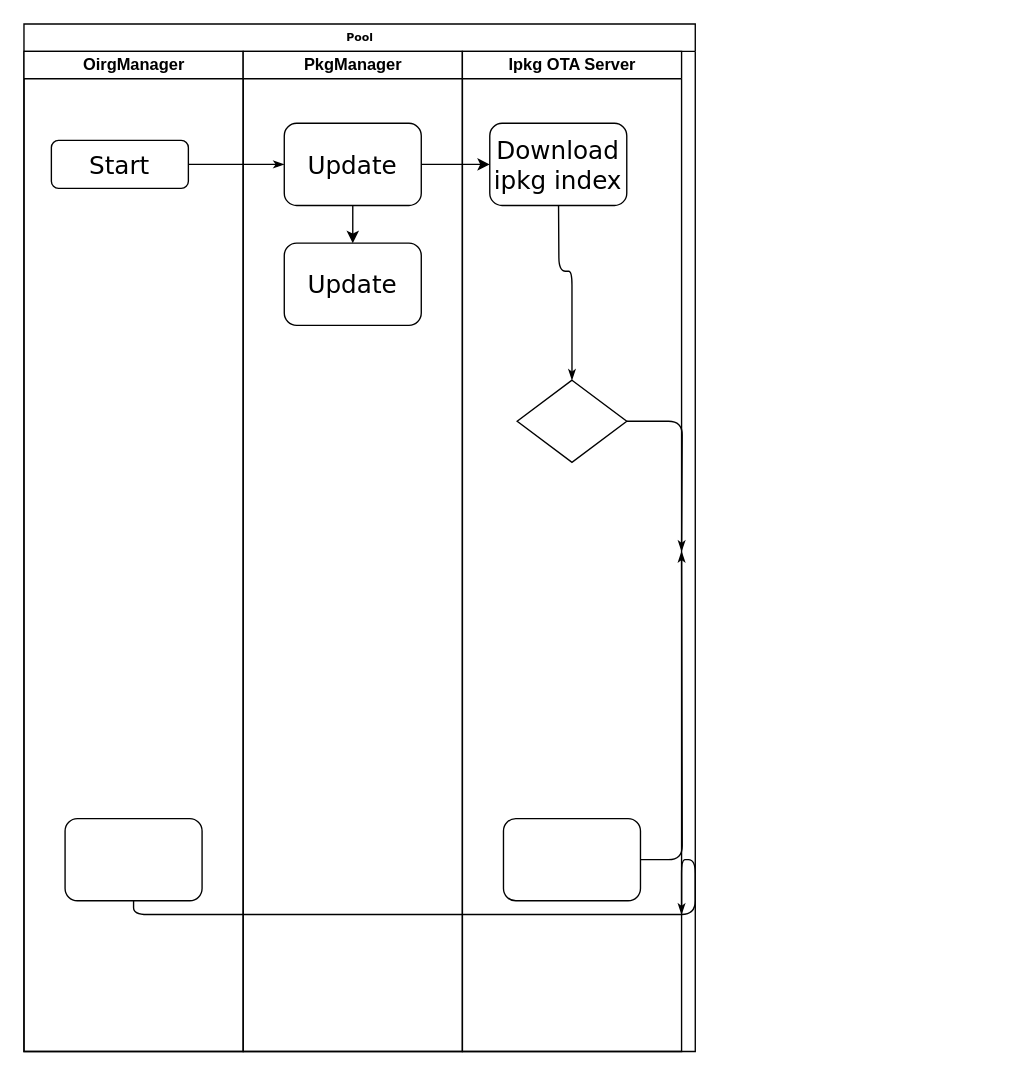
The draw.io diagram 1.drawio in 12li-wei/autosar-adaptive, before the edit. Source tidied: cells renumbered, new cells numbered last; positions are measured from the earlier drawing's top-left corner, leaving out a move shared by most shapes. Both pictures are drawn from the tidied source at 137%, with x=0, y=0 at pixel (23, 23).
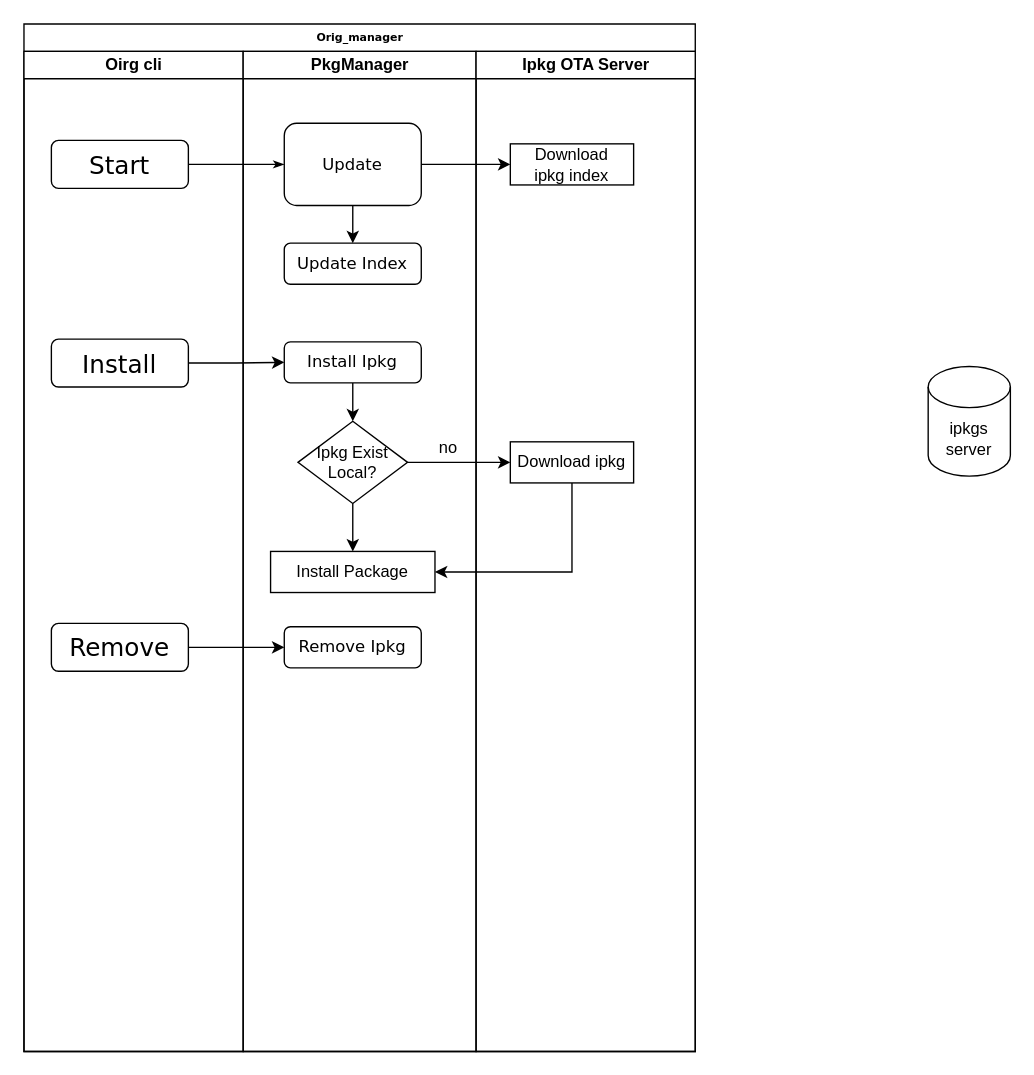
After the change.

The edit, as a diff of the source:
```diff
@@
-    <mxCell id="2" value="Pool" style="swimlane;html=1;startSize=20;rounded=0;shadow=0;labelBackgroundColor=none;strokeWidth=1;fontFamily=Verdana;fontSize=8;align=center;" parent="1" vertex="1">
+    <mxCell id="2" value="Orig_manager" style="swimlane;html=1;startSize=20;rounded=0;shadow=0;labelBackgroundColor=none;strokeWidth=1;fontFamily=Verdana;fontSize=8;align=center;" parent="1" vertex="1">
       <mxGeometry width="490" height="750" as="geometry" />
     </mxCell>
-    <mxCell id="3" value="OirgManager" style="swimlane;html=1;startSize=20;" parent="2" vertex="1">
+    <mxCell id="3" value="Oirg cli" style="swimlane;html=1;startSize=20;" parent="2" vertex="1">
       <mxGeometry y="20" width="160" height="730" as="geometry" />
     </mxCell>
@@
-    <mxCell id="5" style="rounded=1;whiteSpace=wrap;html=1;shadow=0;labelBackgroundColor=none;strokeWidth=1;fontFamily=Verdana;fontSize=8;align=center;" parent="3" vertex="1">
-      <mxGeometry x="30" y="560" width="100" height="60" as="geometry" />
-    </mxCell>
@@
+    <mxCell id="21" value="&lt;span style=&quot;font-size: 18px&quot;&gt;Install&lt;/span&gt;" style="rounded=1;whiteSpace=wrap;html=1;shadow=0;labelBackgroundColor=none;strokeWidth=1;fontFamily=Verdana;fontSize=8;align=center;" parent="3" vertex="1">
+      <mxGeometry x="20" y="210" width="100" height="35" as="geometry" />
+    </mxCell>
+    <mxCell id="22" value="&lt;span style=&quot;font-size: 18px&quot;&gt;Remove&lt;/span&gt;" style="rounded=1;whiteSpace=wrap;html=1;shadow=0;labelBackgroundColor=none;strokeWidth=1;fontFamily=Verdana;fontSize=8;align=center;" parent="3" vertex="1">
+      <mxGeometry x="20" y="417.5" width="100" height="35" as="geometry" />
+    </mxCell>
@@
-    <mxCell id="8" style="edgeStyle=orthogonalEdgeStyle;rounded=1;html=1;labelBackgroundColor=none;startArrow=none;startFill=0;startSize=5;endArrow=classicThin;endFill=1;endSize=5;jettySize=auto;strokeWidth=1;fontFamily=Verdana;fontSize=8;" parent="2" edge="1" source="16">
-      <mxGeometry relative="1" as="geometry">
-        <mxPoint x="480" y="385" as="targetPoint" />
-      </mxGeometry>
-    </mxCell>
-    <mxCell id="9" style="edgeStyle=orthogonalEdgeStyle;rounded=1;html=1;labelBackgroundColor=none;startArrow=none;startFill=0;startSize=5;endArrow=classicThin;endFill=1;endSize=5;jettySize=auto;strokeWidth=1;fontFamily=Verdana;fontSize=8;" parent="2" edge="1" source="5">
-      <mxGeometry relative="1" as="geometry">
-        <mxPoint x="480" y="650" as="targetPoint" />
-        <Array as="points">
-          <mxPoint x="80" y="650" />
-          <mxPoint x="490" y="650" />
-          <mxPoint x="490" y="610" />
-        </Array>
-      </mxGeometry>
-    </mxCell>
-    <mxCell id="10" style="edgeStyle=orthogonalEdgeStyle;rounded=1;html=1;labelBackgroundColor=none;startArrow=none;startFill=0;startSize=5;endArrow=classicThin;endFill=1;endSize=5;jettySize=auto;strokeWidth=1;fontFamily=Verdana;fontSize=8;" parent="2" edge="1" source="17">
-      <mxGeometry relative="1" as="geometry">
-        <mxPoint x="480" y="385" as="targetPoint" />
-      </mxGeometry>
-    </mxCell>
     <mxCell id="11" value="PkgManager" style="swimlane;html=1;startSize=20;" parent="2" vertex="1">
-      <mxGeometry x="160" y="20" width="160" height="730" as="geometry" />
+      <mxGeometry x="160" y="20" width="170" height="730" as="geometry" />
     </mxCell>
-    <mxCell id="12" value="&lt;span style=&quot;font-size: 18px&quot;&gt;Update&lt;/span&gt;" style="rounded=1;whiteSpace=wrap;html=1;shadow=0;labelBackgroundColor=none;strokeWidth=1;fontFamily=Verdana;fontSize=8;align=center;" parent="11" vertex="1">
+    <mxCell id="12" value="&lt;font style=&quot;font-size: 12px&quot;&gt;Update&lt;/font&gt;" style="rounded=1;whiteSpace=wrap;html=1;shadow=0;labelBackgroundColor=none;strokeWidth=1;fontFamily=Verdana;fontSize=8;align=center;" parent="11" vertex="1">
       <mxGeometry x="30" y="52.5" width="100" height="60" as="geometry" />
     </mxCell>
-    <mxCell id="13" value="&lt;span style=&quot;font-size: 18px&quot;&gt;Update&lt;/span&gt;" style="rounded=1;whiteSpace=wrap;html=1;shadow=0;labelBackgroundColor=none;strokeWidth=1;fontFamily=Verdana;fontSize=8;align=center;" parent="11" vertex="1">
-      <mxGeometry x="30" y="140" width="100" height="60" as="geometry" />
+    <mxCell id="13" value="&lt;font style=&quot;font-size: 12px&quot;&gt;Update Index&lt;/font&gt;" style="rounded=1;whiteSpace=wrap;html=1;shadow=0;labelBackgroundColor=none;strokeWidth=1;fontFamily=Verdana;fontSize=8;align=center;" parent="11" vertex="1">
+      <mxGeometry x="30" y="140" width="100" height="30" as="geometry" />
     </mxCell>
@@
+    <mxCell id="23" style="edgeStyle=orthogonalEdgeStyle;rounded=0;jettySize=auto;html=1;exitX=0.5;exitY=1;exitDx=0;exitDy=0;entryX=0.5;entryY=0;entryDx=0;entryDy=0;" parent="11" edge="1" source="24" target="25">
+      <mxGeometry relative="1" as="geometry" />
+    </mxCell>
+    <mxCell id="24" value="&lt;font style=&quot;font-size: 12px&quot;&gt;Install Ipkg&lt;/font&gt;" style="rounded=1;whiteSpace=wrap;html=1;shadow=0;labelBackgroundColor=none;strokeWidth=1;fontFamily=Verdana;fontSize=8;align=center;" parent="11" vertex="1">
+      <mxGeometry x="30" y="212" width="100" height="30" as="geometry" />
+    </mxCell>
+    <mxCell id="25" value="Ipkg Exist&lt;br&gt;Local?" style="rhombus;whiteSpace=wrap;html=1;" parent="11" vertex="1">
+      <mxGeometry x="40" y="270" width="80" height="60" as="geometry" />
+    </mxCell>
+    <mxCell id="26" value="no" style="text;html=1;strokeColor=none;fillColor=none;align=center;verticalAlign=middle;whiteSpace=wrap;rounded=0;" parent="11" vertex="1">
+      <mxGeometry x="130" y="280" width="40" height="20" as="geometry" />
+    </mxCell>
+    <mxCell id="27" value="Install Package" style="whiteSpace=wrap;html=1;" parent="11" vertex="1">
+      <mxGeometry x="20" y="365" width="120" height="30" as="geometry" />
+    </mxCell>
+    <mxCell id="28" style="edgeStyle=orthogonalEdgeStyle;rounded=0;jettySize=auto;html=1;" parent="11" edge="1" source="25" target="27">
+      <mxGeometry relative="1" as="geometry" />
+    </mxCell>
+    <mxCell id="29" value="&lt;font style=&quot;font-size: 12px&quot;&gt;Remove Ipkg&lt;/font&gt;" style="rounded=1;whiteSpace=wrap;html=1;shadow=0;labelBackgroundColor=none;strokeWidth=1;fontFamily=Verdana;fontSize=8;align=center;" parent="11" vertex="1">
+      <mxGeometry x="30" y="420" width="100" height="30" as="geometry" />
+    </mxCell>
     <mxCell id="15" value="Ipkg OTA Server" style="swimlane;html=1;startSize=20;" parent="2" vertex="1">
-      <mxGeometry x="320" y="20" width="160" height="730" as="geometry" />
+      <mxGeometry x="330" y="20" width="160" height="730" as="geometry" />
     </mxCell>
-    <mxCell id="16" style="rhombus;whiteSpace=wrap;html=1;rounded=0;shadow=0;labelBackgroundColor=none;strokeWidth=1;fontFamily=Verdana;fontSize=8;align=center;" parent="15" vertex="1">
-      <mxGeometry x="40" y="240" width="80" height="60" as="geometry" />
-    </mxCell>
-    <mxCell id="17" style="rounded=1;whiteSpace=wrap;html=1;shadow=0;labelBackgroundColor=none;strokeWidth=1;fontFamily=Verdana;fontSize=8;align=center;" parent="15" vertex="1">
-      <mxGeometry x="30" y="560" width="100" height="60" as="geometry" />
-    </mxCell>
-    <mxCell id="18" style="edgeStyle=orthogonalEdgeStyle;rounded=1;html=1;labelBackgroundColor=none;startArrow=none;startFill=0;startSize=5;endArrow=classicThin;endFill=1;endSize=5;jettySize=auto;strokeWidth=1;fontFamily=Verdana;fontSize=8;" parent="15" edge="1" target="16">
-      <mxGeometry relative="1" as="geometry">
-        <mxPoint x="70" y="80" as="sourcePoint" />
-      </mxGeometry>
-    </mxCell>
+    <mxCell id="30" value="Download ipkg" style="whiteSpace=wrap;html=1;" parent="15" vertex="1">
+      <mxGeometry x="25" y="285" width="90" height="30" as="geometry" />
+    </mxCell>
-    <mxCell id="19" value="&lt;span style=&quot;font-size: 18px&quot;&gt;Download&lt;br&gt;ipkg index&lt;br&gt;&lt;/span&gt;" style="rounded=1;whiteSpace=wrap;html=1;shadow=0;labelBackgroundColor=none;strokeWidth=1;fontFamily=Verdana;fontSize=8;align=center;" parent="15" vertex="1">
-      <mxGeometry x="20" y="52.5" width="100" height="60" as="geometry" />
+    <mxCell id="19" value="Download &lt;br&gt;ipkg index" style="whiteSpace=wrap;html=1;" parent="15" vertex="1">
+      <mxGeometry x="25" y="67.5" width="90" height="30" as="geometry" />
     </mxCell>
@@
+    <mxCell id="31" style="edgeStyle=orthogonalEdgeStyle;rounded=0;jettySize=auto;html=1;exitX=1;exitY=0.5;exitDx=0;exitDy=0;" parent="2" edge="1" source="21" target="24">
+      <mxGeometry relative="1" as="geometry" />
+    </mxCell>
+    <mxCell id="32" style="edgeStyle=orthogonalEdgeStyle;rounded=0;jettySize=auto;html=1;" parent="2" edge="1" source="25" target="30">
+      <mxGeometry relative="1" as="geometry" />
+    </mxCell>
+    <mxCell id="33" style="edgeStyle=orthogonalEdgeStyle;rounded=0;jettySize=auto;html=1;exitX=0.5;exitY=1;exitDx=0;exitDy=0;entryX=1;entryY=0.5;entryDx=0;entryDy=0;" parent="2" edge="1" source="30" target="27">
+      <mxGeometry relative="1" as="geometry" />
+    </mxCell>
+    <mxCell id="34" style="edgeStyle=orthogonalEdgeStyle;rounded=0;jettySize=auto;html=1;exitX=1;exitY=0.5;exitDx=0;exitDy=0;" parent="2" edge="1" source="22" target="29">
+      <mxGeometry relative="1" as="geometry" />
+    </mxCell>
+    <mxCell id="35" value="ipkgs&lt;br&gt;server" style="shape=cylinder3;whiteSpace=wrap;html=1;boundedLbl=1;backgroundOutline=1;size=15;" parent="1" vertex="1">
+      <mxGeometry x="660" y="250" width="60" height="80" as="geometry" />
+    </mxCell>
```
